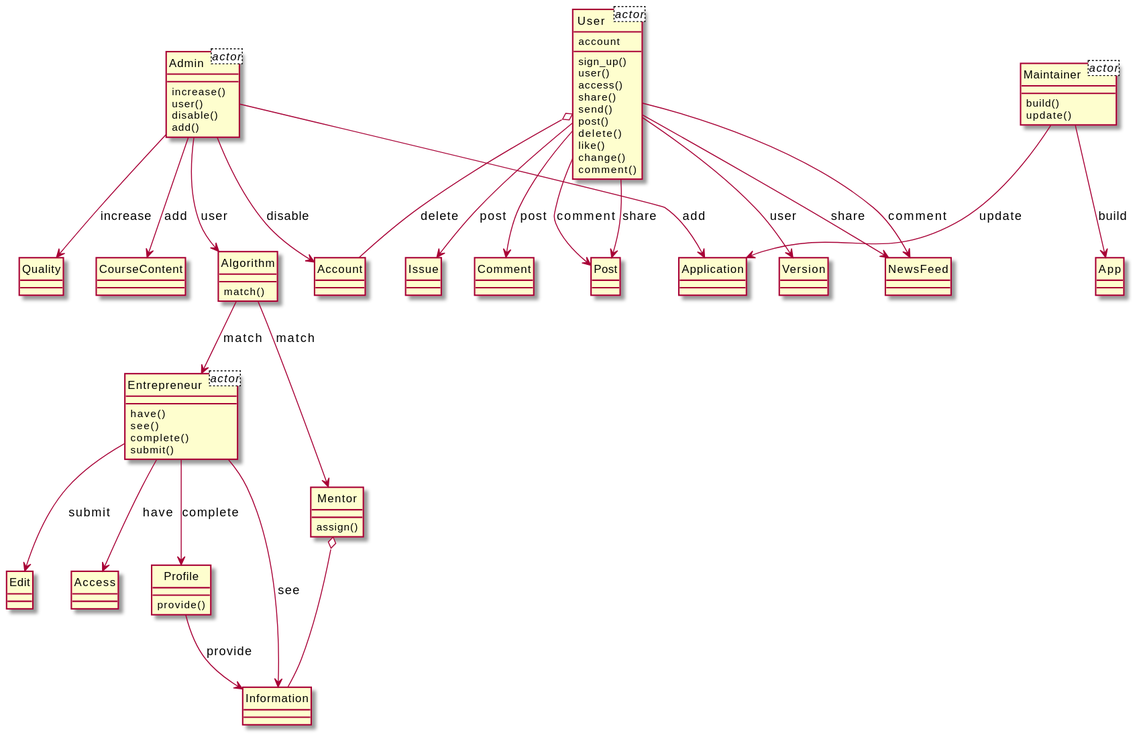
The PlantUML diagram output/diagram_5/2016-USC-Project08.svg in xixixhalu/DomainModelExtractor, before a commit.
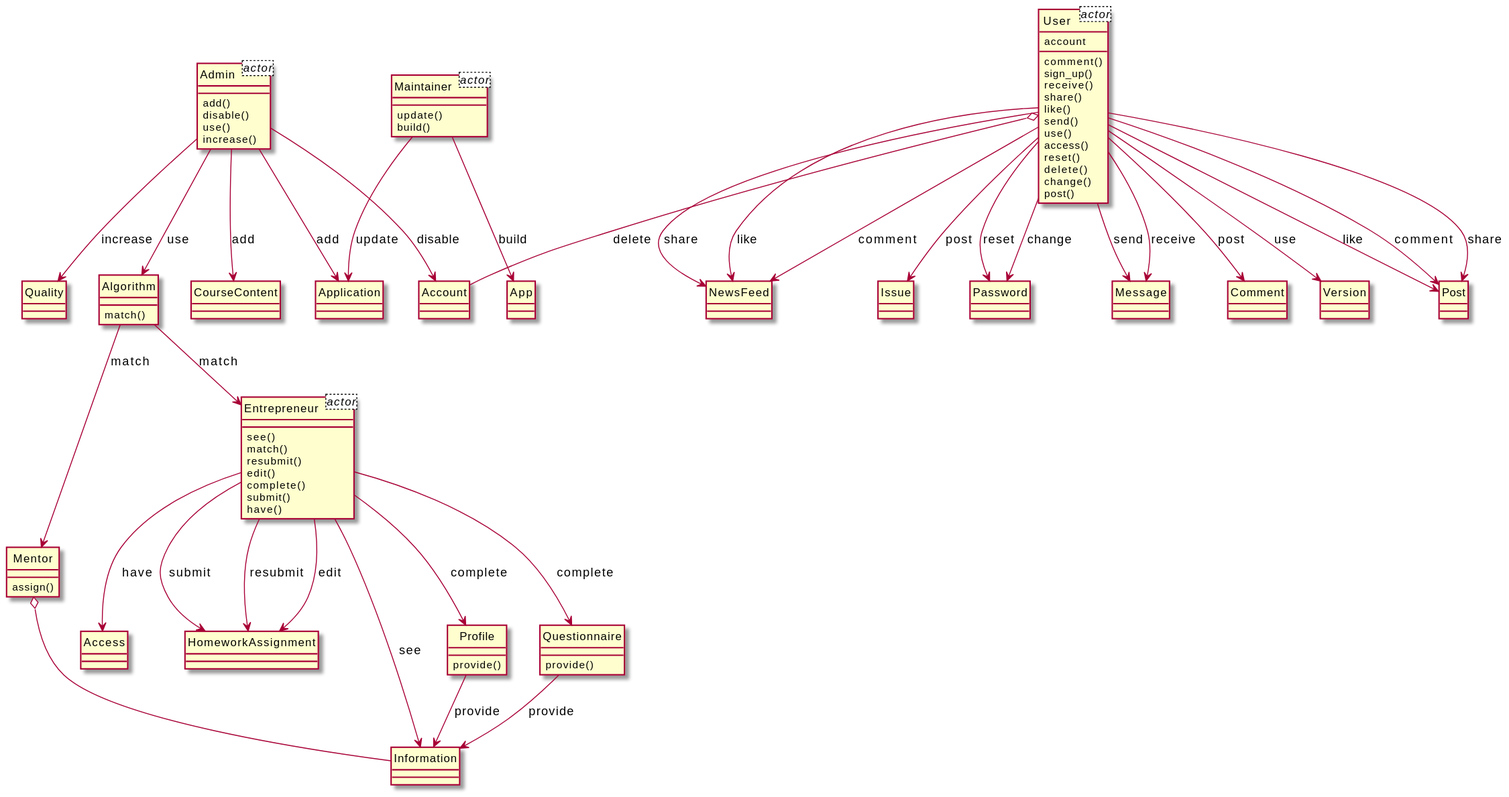
Above is the later version.

What changed in the source:
```diff
@@ -9,90 +9,112 @@
 }
 class Entrepreneur<actor> {
 }
-class User {
-	sign_up()
-	user()
-	access()
-	share()
-	send()
-	post()
-	delete()
-	like()
-	change()
-	comment()
-}
 class Maintainer {
+	update()
 	build()
-	update()
 }
 class App {
 }
-class Comment {
+class Entrepreneur {
+	see()
+	match()
+	resubmit()
+	edit()
+	complete()
+	submit()
+	have()
 }
-class Version {
+class Information {
 }
-class Admin {
-	increase()
-	user()
-	disable()
-	add()
+class User {
+	comment()
+	sign_up()
+	receive()
+	share()
+	like()
+	send()
+	use()
+	access()
+	reset()
+	delete()
+	change()
+	post()
+}
+class Post {
+}
+class Access {
 }
 class Algorithm {
 	match()
 }
-class Entrepreneur {
-	have()
-	see()
-	complete()
-	submit()
+class Mentor {
+	assign()
+}
+class Message {
+}
+class NewsFeed {
+}
+class Issue {
+}
+class Admin {
+	add()
+	disable()
+	use()
+	increase()
+}
+class CourseContent {
+}
+class Application {
+}
+class Quality {
+}
+class Password {
+}
+class Comment {
 }
 class Profile {
 	provide()
 }
-class Quality {
-}
-class Post {
-}
-class Edit {
-}
-class Issue {
-}
 class Account {
 }
-class Information {
+class HomeworkAssignment {
 }
-class NewsFeed {
+class Questionnaire {
+	provide()
 }
-class CourseContent {
+class Version {
 }
-class Mentor {
-	assign()
-}
-class Access {
-}
-class Application {
-}
+Questionnaire --> Information : provide
+Entrepreneur --> HomeworkAssignment : submit
+User --> NewsFeed : share
+Mentor o-- Information
+Entrepreneur --> Information : see
+Profile --> Information : provide
+Admin --> Application : add
+Algorithm --> Mentor : match
+User --> Message : send
+Algorithm --> Entrepreneur : match
+User --> Message : receive
+Admin --> Account : disable
+User --> NewsFeed : like
+User --> Password : change
+User o-- Account : delete
+User --> Issue : post
+User --> Post : like
+User --> NewsFeed : comment
+User --> Post : comment
+Admin --> CourseContent : add
+Entrepreneur --> Access : have
+User --> Comment : post
+Entrepreneur --> Profile : complete
+Entrepreneur --> HomeworkAssignment : resubmit
+Maintainer --> Application : update
+Entrepreneur --> Questionnaire : complete
+Admin --> Quality : increase
+User --> Version : use
+Entrepreneur --> HomeworkAssignment : edit
+User --> Password : reset
+Admin --> Algorithm : use
+User --> Post : share
 Maintainer --> App : build
-Profile --> Information : provide
-User --> Comment : post
-Algorithm --> Entrepreneur : match
-User --> NewsFeed : share
-User --> Version : user
-Algorithm --> Mentor : match
-Entrepreneur --> Edit : submit
-Entrepreneur --> Access : have
-Admin --> Application : add
-Admin --> Algorithm : user
-Admin --> Account : disable
-Maintainer --> Application : update
-Mentor o-- Information
-Entrepreneur --> Profile : complete
-User --> Issue : post
-User o-- Account : delete
-Admin --> Quality : increase
-Entrepreneur --> Information : see
-User --> Post : comment
-User --> NewsFeed : comment
-Admin --> CourseContent : add
-User --> Post : share
 @enduml
```
